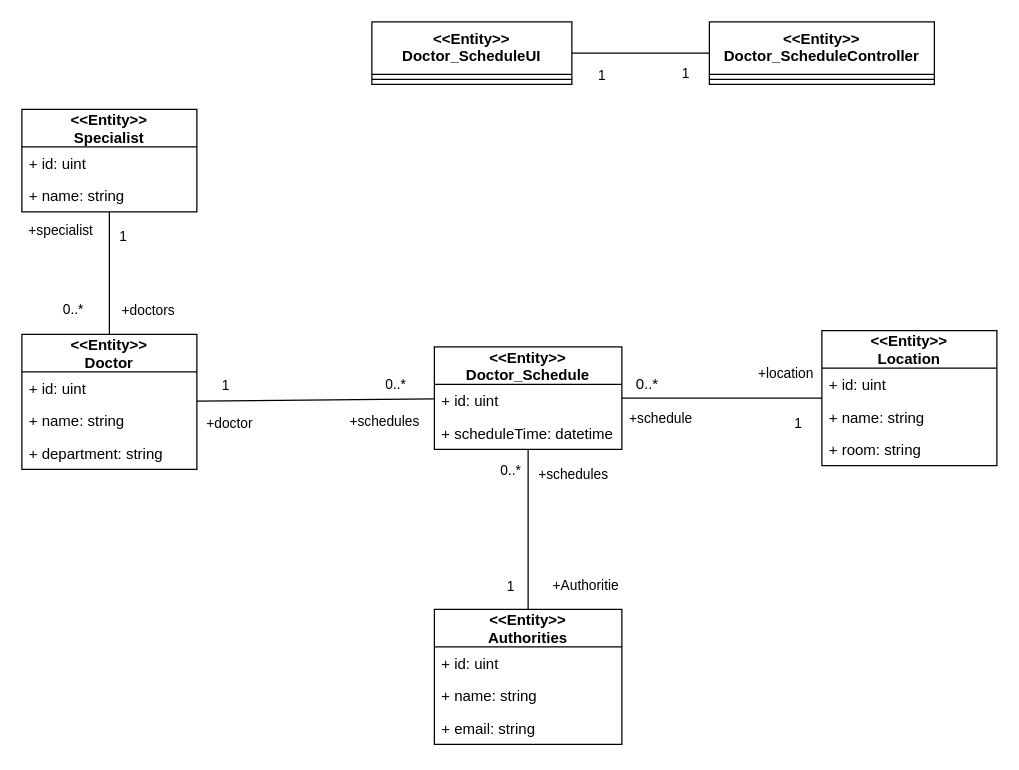
Earlier version of the draw.io diagram page "Classdiagram" (8 of 10) of ระบบนัดหมาย.drawio (nunpromporn/DoctorSchedule). Source tidied: cells renumbered, new cells numbered last; positions are measured from the earlier drawing's top-left corner, leaving out a move shared by most shapes. Both pictures are drawn from the tidied source at 125%, with x=0, y=0 at pixel (21, 21).
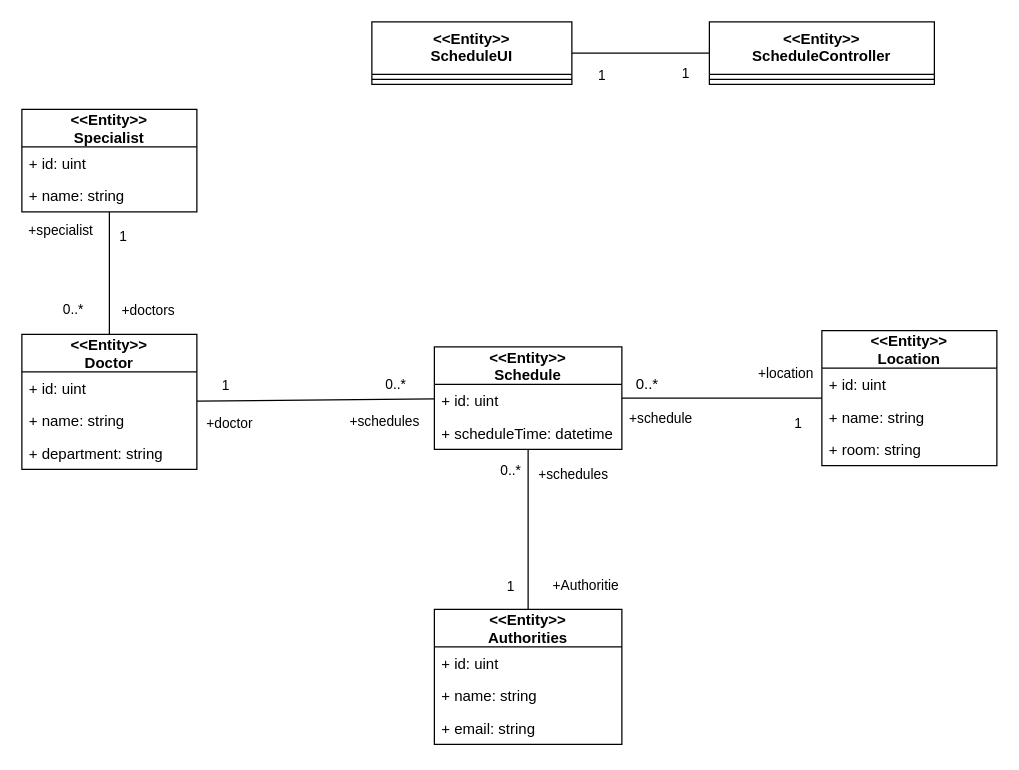
The same diagram, later.

The edit, as a diff of the source:
```diff
@@
-    <mxCell id="2" value="&lt;&lt;Entity&gt;&gt;&#10;Doctor_ScheduleUI" style="swimlane;fontStyle=1;align=center;verticalAlign=top;horizontal=1;startSize=42;" parent="1" vertex="1">
+    <mxCell id="2" value="&lt;&lt;Entity&gt;&gt;&#10;ScheduleUI" style="swimlane;fontStyle=1;align=center;verticalAlign=top;horizontal=1;startSize=42;" parent="1" vertex="1">
       <mxGeometry x="280" width="160" height="50" as="geometry" />
     </mxCell>
@@
-    <mxCell id="4" value="&lt;&lt;Entity&gt;&gt;&#10;Doctor_ScheduleController" style="swimlane;fontStyle=1;align=center;verticalAlign=top;horizontal=1;startSize=42;" parent="1" vertex="1">
+    <mxCell id="4" value="&lt;&lt;Entity&gt;&gt;&#10;ScheduleController" style="swimlane;fontStyle=1;align=center;verticalAlign=top;horizontal=1;startSize=42;" parent="1" vertex="1">
       <mxGeometry x="550" width="180" height="50" as="geometry" />
     </mxCell>
@@
-    <mxCell id="13" value="&lt;&lt;Entity&gt;&gt;&#10;Doctor_Schedule" style="swimlane;fontStyle=1;horizontal=1;startSize=30;fillColor=none;" parent="1" vertex="1">
+    <mxCell id="13" value="&lt;&lt;Entity&gt;&gt;&#10;Schedule" style="swimlane;fontStyle=1;horizontal=1;startSize=30;fillColor=none;" parent="1" vertex="1">
       <mxGeometry x="330" y="260" width="150" height="82" as="geometry" />
     </mxCell>
```
